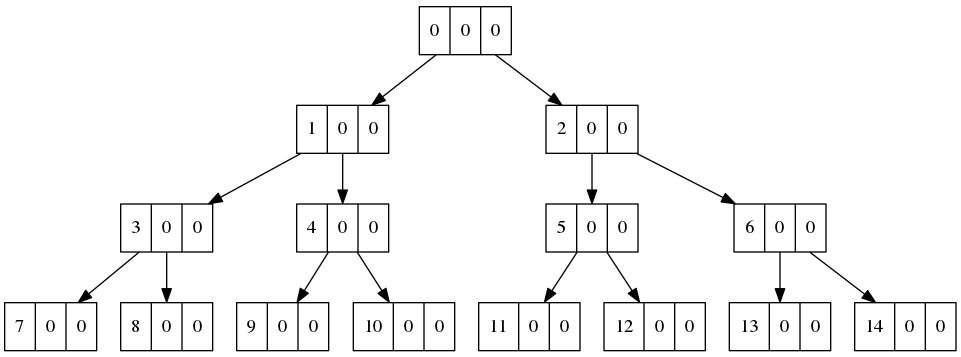
The Graphviz diagram img/init.png in PratikDeoghare/phonebook, before a commit. Its source is kept beside it as img/init.dot. The source it was exported from:
```dot
digraph {
    node [shape = record]
    n0 [label = "0|0|0"]
    n1 [label = "1|0|0"]
    n2 [label = "2|0|0"]
    n3 [label = "3|0|0"]
    n4 [label = "4|0|0"]
    n5 [label = "5|0|0"]
    n6 [label = "6|0|0"]
    n7 [label = "7|0|0"]
    n8 [label = "8|0|0"]
    n9 [label = "9|0|0"]
    n10 [label = "10|0|0"]
    n11 [label = "11|0|0"]
    n12 [label = "12|0|0"]
    n13 [label = "13|0|0"]
    n14 [label = "14|0|0"]



    n0 -> {n1, n2}
    n1 -> {n3, n4}
    n2 -> {n5, n6}
    n3 -> {n7, n8}
    n4 -> {n9, n10}
    n5 -> {n11, n12}
    n6 -> {n13, n14}
}
```
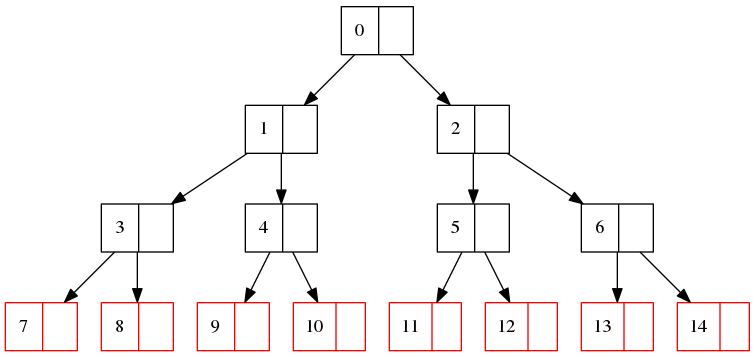
Later version of the same file.

Diff of the diagram source:
```diff
@@ -1,20 +1,20 @@
 digraph {
     node [shape = record]
-    n0 [label = "0|0|0"]
-    n1 [label = "1|0|0"]
-    n2 [label = "2|0|0"]
-    n3 [label = "3|0|0"]
-    n4 [label = "4|0|0"]
-    n5 [label = "5|0|0"]
-    n6 [label = "6|0|0"]
-    n7 [label = "7|0|0"]
-    n8 [label = "8|0|0"]
-    n9 [label = "9|0|0"]
-    n10 [label = "10|0|0"]
-    n11 [label = "11|0|0"]
-    n12 [label = "12|0|0"]
-    n13 [label = "13|0|0"]
-    n14 [label = "14|0|0"]
+    n0 [label = "0|"]
+    n1 [label = "1|"]
+    n2 [label = "2|"]
+    n3 [label = "3|"]
+    n4 [label = "4|"]
+    n5 [label = "5|"]
+    n6 [label = "6|"]
+    n7 [label = "7|", color = red]
+    n8 [label = "8|", color = red]
+    n9 [label = "9|", color = red]
+    n10 [label = "10|", color = red]
+    n11 [label = "11|", color = red]
+    n12 [label = "12|", color = red]
+    n13 [label = "13|", color = red]
+    n14 [label = "14|", color = red]
 
 
 
```
